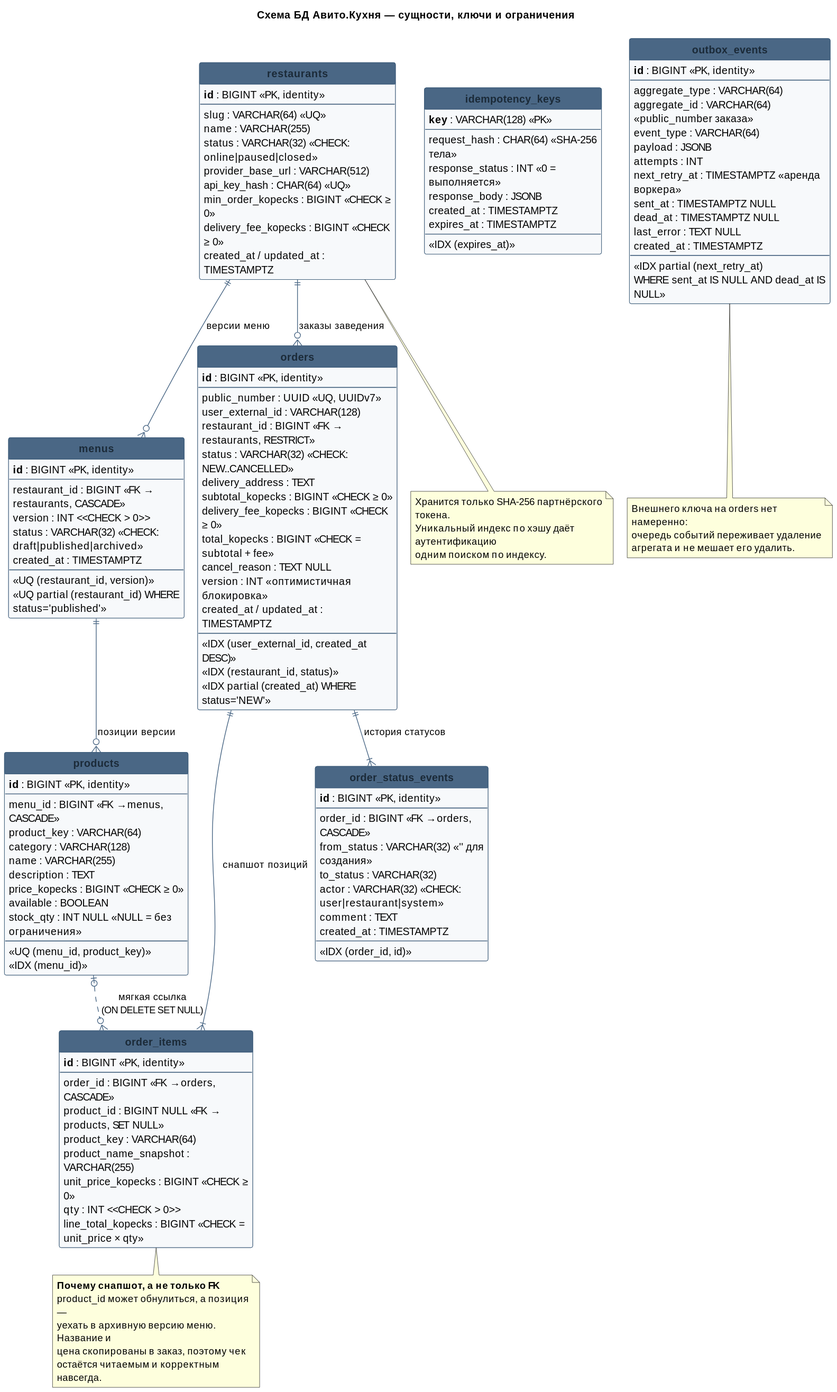
Above: docs/diagrams/erd.svg in Cuga77/food-delivery-platform (PlantUML), before the change. Its source is kept beside it as docs/diagrams/erd.puml. Its diagram source:
```plantuml
@startuml erd

skinparam backgroundColor #FFFFFF
skinparam shadowing false
skinparam linetype ortho
skinparam wrapWidth 260

skinparam class {
  BackgroundColor #F7F9FB
  BorderColor #2F4F6F
  HeaderBackgroundColor #4A6785
  FontColor #1B2A38
  ArrowColor #4A6785
}

hide circle
hide methods

title Схема БД Авито.Кухня — сущности, ключи и ограничения

entity "**restaurants**" as restaurants {
  **id** : BIGINT <<PK, identity>>
  --
  slug : VARCHAR(64) <<UQ>>
  name : VARCHAR(255)
  status : VARCHAR(32) <<CHECK: online|paused|closed>>
  provider_base_url : VARCHAR(512)
  api_key_hash : CHAR(64) <<UQ>>
  min_order_kopecks : BIGINT <<CHECK ≥ 0>>
  delivery_fee_kopecks : BIGINT <<CHECK ≥ 0>>
  created_at / updated_at : TIMESTAMPTZ
}

entity "**menus**" as menus {
  **id** : BIGINT <<PK, identity>>
  --
  restaurant_id : BIGINT <<FK → restaurants, CASCADE>>
  version : INT <<CHECK > 0>>
  status : VARCHAR(32) <<CHECK: draft|published|archived>>
  created_at : TIMESTAMPTZ
  --
  <<UQ (restaurant_id, version)>>
  <<UQ partial (restaurant_id) WHERE status='published'>>
}

entity "**products**" as products {
  **id** : BIGINT <<PK, identity>>
  --
  menu_id : BIGINT <<FK → menus, CASCADE>>
  product_key : VARCHAR(64)
  category : VARCHAR(128)
  name : VARCHAR(255)
  description : TEXT
  price_kopecks : BIGINT <<CHECK ≥ 0>>
  available : BOOLEAN
  stock_qty : INT NULL <<NULL = без ограничения>>
  --
  <<UQ (menu_id, product_key)>>
  <<IDX (menu_id)>>
}

entity "**orders**" as orders {
  **id** : BIGINT <<PK, identity>>
  --
  public_number : UUID <<UQ, UUIDv7>>
  user_external_id : VARCHAR(128)
  restaurant_id : BIGINT <<FK → restaurants, RESTRICT>>
  status : VARCHAR(32) <<CHECK: NEW..CANCELLED>>
  delivery_address : TEXT
  subtotal_kopecks : BIGINT <<CHECK ≥ 0>>
  delivery_fee_kopecks : BIGINT <<CHECK ≥ 0>>
  total_kopecks : BIGINT <<CHECK = subtotal + fee>>
  cancel_reason : TEXT NULL
  version : INT <<оптимистичная блокировка>>
  created_at / updated_at : TIMESTAMPTZ
  --
  <<IDX (user_external_id, created_at DESC)>>
  <<IDX (restaurant_id, status)>>
  <<IDX partial (created_at) WHERE status='NEW'>>
}

entity "**order_items**" as order_items {
  **id** : BIGINT <<PK, identity>>
  --
  order_id : BIGINT <<FK → orders, CASCADE>>
  product_id : BIGINT NULL <<FK → products, SET NULL>>
  product_key : VARCHAR(64)
  product_name_snapshot : VARCHAR(255)
  unit_price_kopecks : BIGINT <<CHECK ≥ 0>>
  qty : INT <<CHECK > 0>>
  line_total_kopecks : BIGINT <<CHECK = unit_price × qty>>
}

entity "**order_status_events**" as events {
  **id** : BIGINT <<PK, identity>>
  --
  order_id : BIGINT <<FK → orders, CASCADE>>
  from_status : VARCHAR(32) <<'' для создания>>
  to_status : VARCHAR(32)
  actor : VARCHAR(32) <<CHECK: user|restaurant|system>>
  comment : TEXT
  created_at : TIMESTAMPTZ
  --
  <<IDX (order_id, id)>>
}

entity "**idempotency_keys**" as idem {
  **key** : VARCHAR(128) <<PK>>
  --
  request_hash : CHAR(64) <<SHA-256 тела>>
  response_status : INT <<0 = выполняется>>
  response_body : JSONB
  created_at : TIMESTAMPTZ
  expires_at : TIMESTAMPTZ
  --
  <<IDX (expires_at)>>
}

entity "**outbox_events**" as outbox {
  **id** : BIGINT <<PK, identity>>
  --
  aggregate_type : VARCHAR(64)
  aggregate_id : VARCHAR(64) <<public_number заказа>>
  event_type : VARCHAR(64)
  payload : JSONB
  attempts : INT
  next_retry_at : TIMESTAMPTZ <<аренда воркера>>
  sent_at : TIMESTAMPTZ NULL
  dead_at : TIMESTAMPTZ NULL
  last_error : TEXT NULL
  created_at : TIMESTAMPTZ
  --
  <<IDX partial (next_retry_at)\nWHERE sent_at IS NULL AND dead_at IS NULL>>
}

restaurants ||--o{ menus : "версии меню"
menus ||--o{ products : "позиции версии"
restaurants ||--o{ orders : "заказы заведения"
orders ||--|{ order_items : "снапшот позиций"
orders ||--|{ events : "история статусов"
products |o..o{ order_items : "мягкая ссылка\n(ON DELETE SET NULL)"

note bottom of order_items
  <b>Почему снапшот, а не только FK</b>
  product_id может обнулиться, а позиция —
  уехать в архивную версию меню. Название и
  цена скопированы в заказ, поэтому чек
  остаётся читаемым и корректным навсегда.
end note

note bottom of outbox
  Внешнего ключа на orders нет намеренно:
  очередь событий переживает удаление
  агрегата и не мешает его удалить.
end note

note bottom of restaurants
  Хранится только SHA-256 партнёрского токена.
  Уникальный индекс по хэшу даёт аутентификацию
  одним поиском по индексу.
end note

@enduml
```
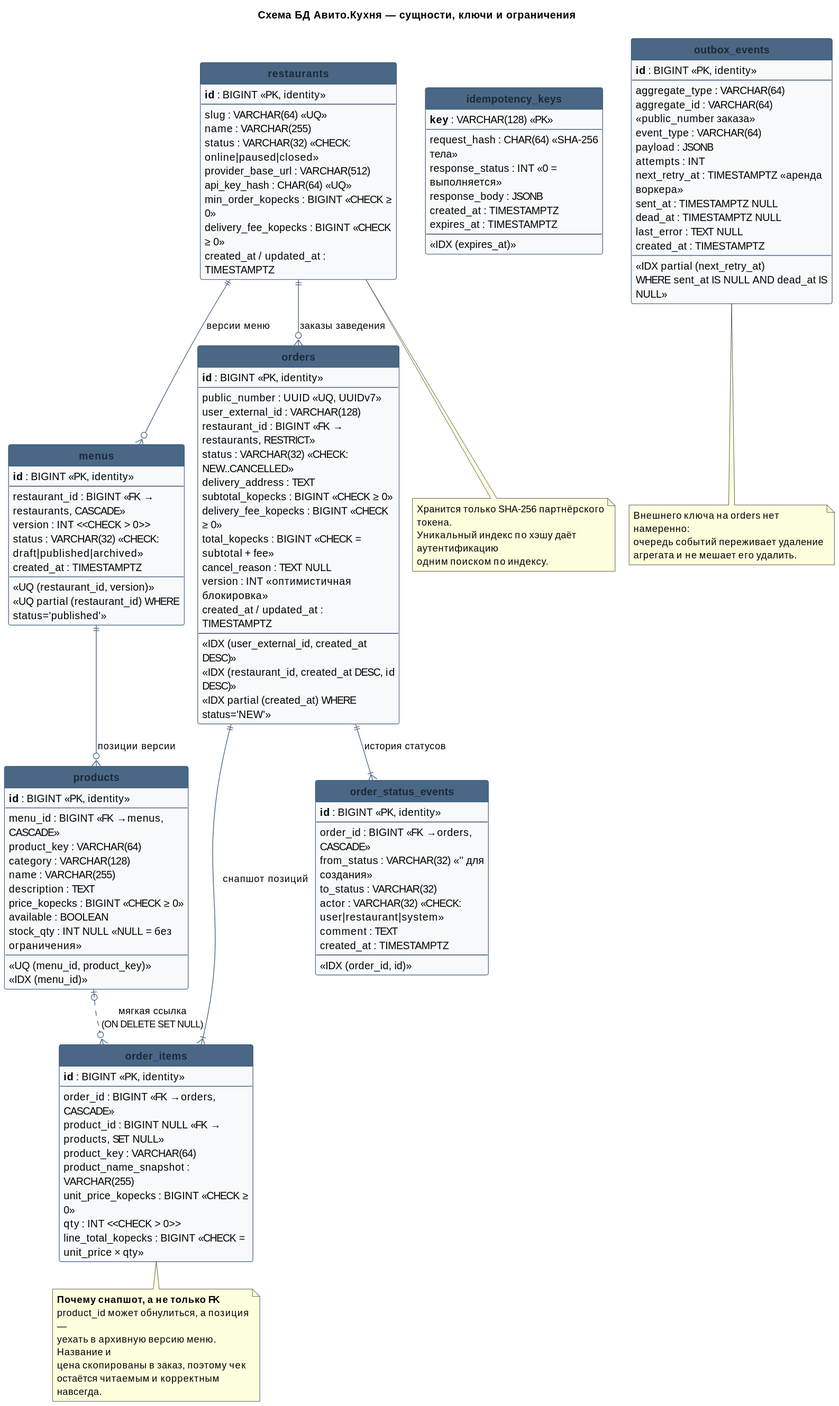
Later version of the same file.

What changed in the source:
```diff
@@ -75,7 +75,7 @@
   created_at / updated_at : TIMESTAMPTZ
   --
   <<IDX (user_external_id, created_at DESC)>>
-  <<IDX (restaurant_id, status)>>
+  <<IDX (restaurant_id, created_at DESC, id DESC)>>
   <<IDX partial (created_at) WHERE status='NEW'>>
 }
 
```
